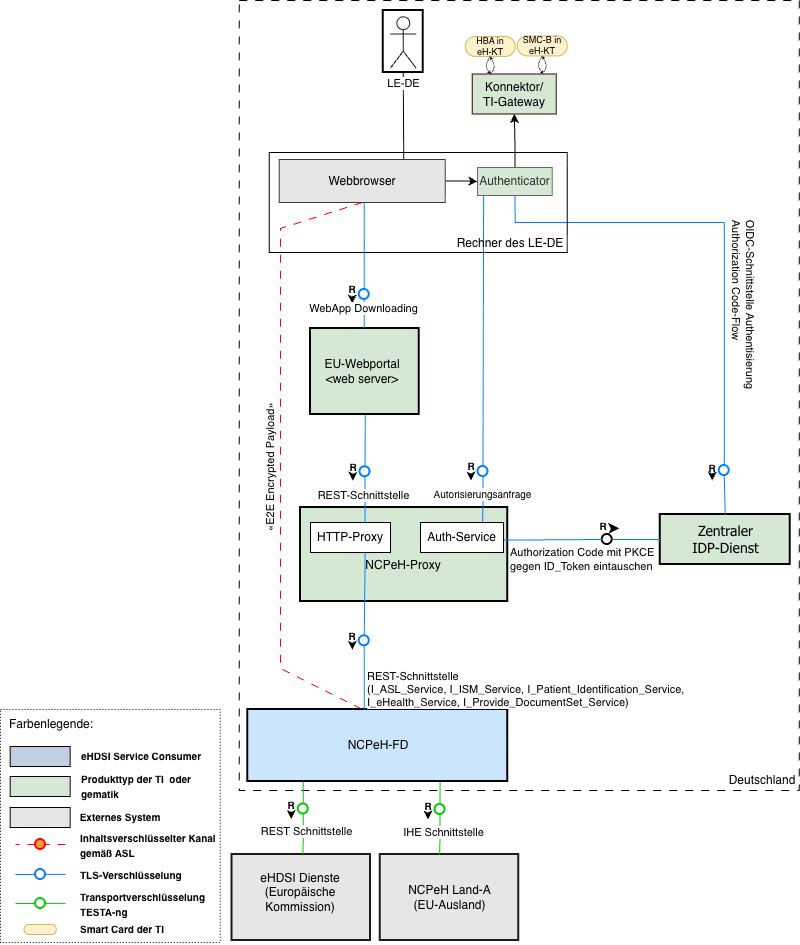
This is images/eped-b/overview/Systemlandschaft ePeD-B.png from gematik/api-ncpeh, a draw.io export, as it was before one commit. Source tidied: cells renumbered, new cells last; positions are measured from the earlier drawing's top-left corner, leaving out a move shared by most shapes.
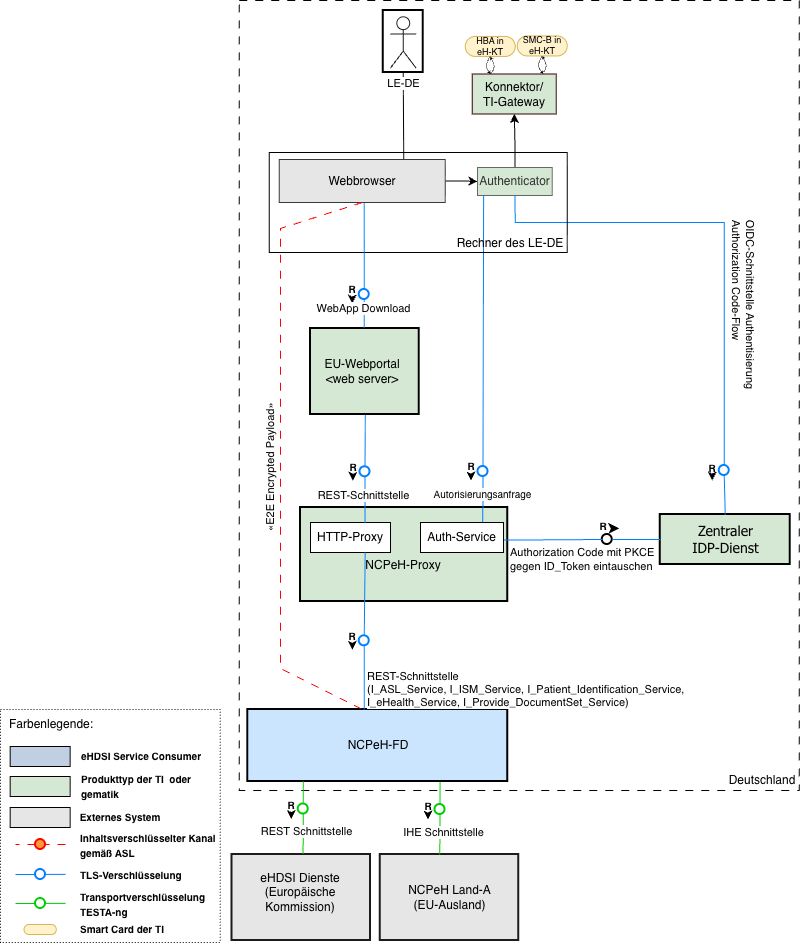
After the commit.

What changed in the source:
```diff
@@ -452,7 +452,7 @@
     <mxCell id="117" style="endArrow=none;html=1;rounded=0;exitX=0.5;exitY=1;exitDx=0;exitDy=0;endFill=0;strokeColor=#007FFF;entryX=0.494;entryY=-0.01;entryDx=0;entryDy=0;entryPerimeter=0;" parent="1" edge="1" source="115" target="31">
       <mxGeometry relative="1" as="geometry" />
     </mxCell>
-    <mxCell id="118" value="WebApp Downloading" style="edgeLabel;html=1;align=center;verticalAlign=middle;" parent="117" vertex="1">
+    <mxCell id="118" value="WebApp Download" style="edgeLabel;html=1;align=center;verticalAlign=middle;" parent="117" vertex="1">
       <mxGeometry x="-0.33" y="-1" relative="1" as="geometry" />
     </mxCell>
     <mxCell id="119" style="group;" parent="1" vertex="1">
```
